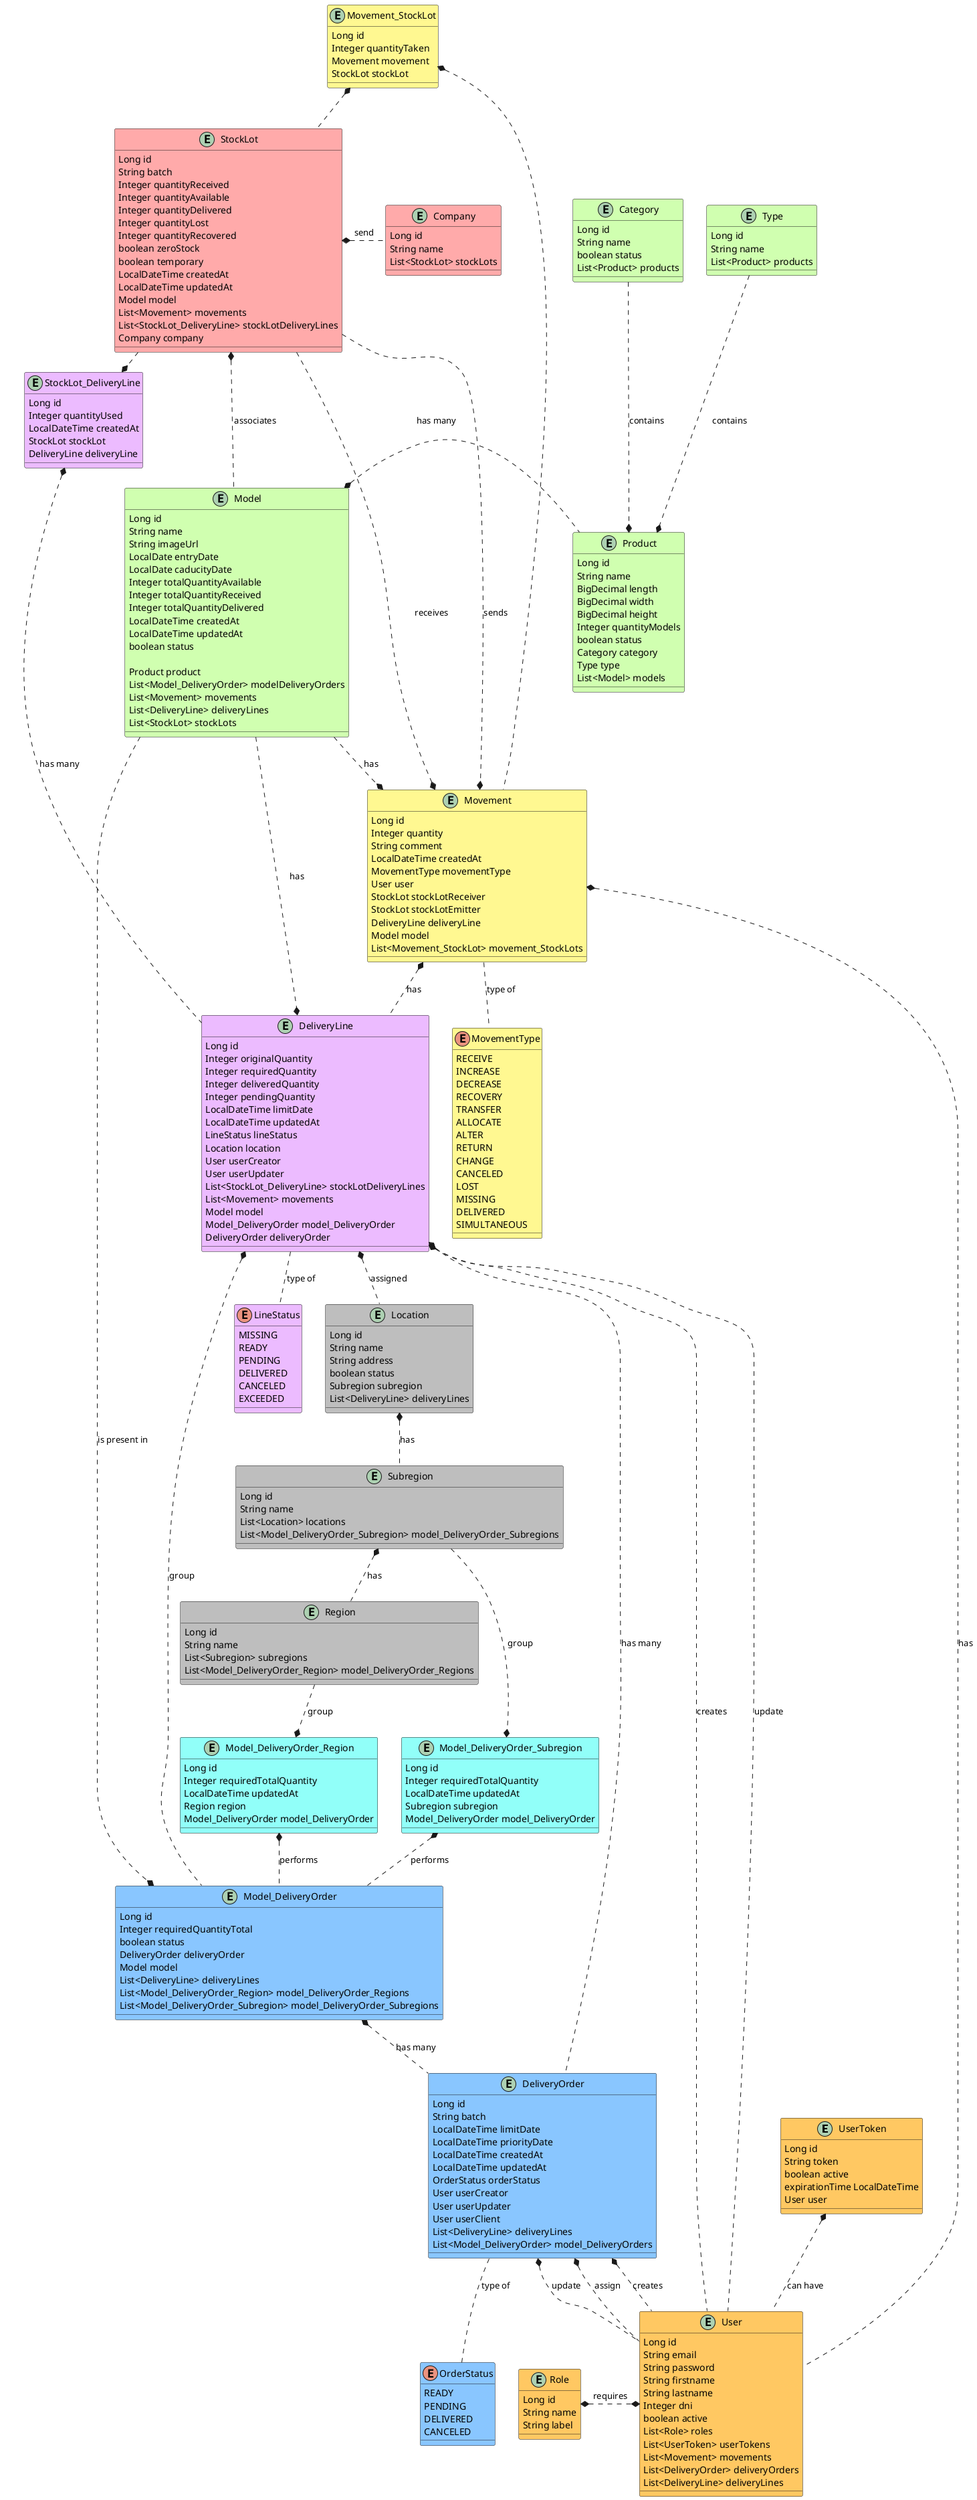
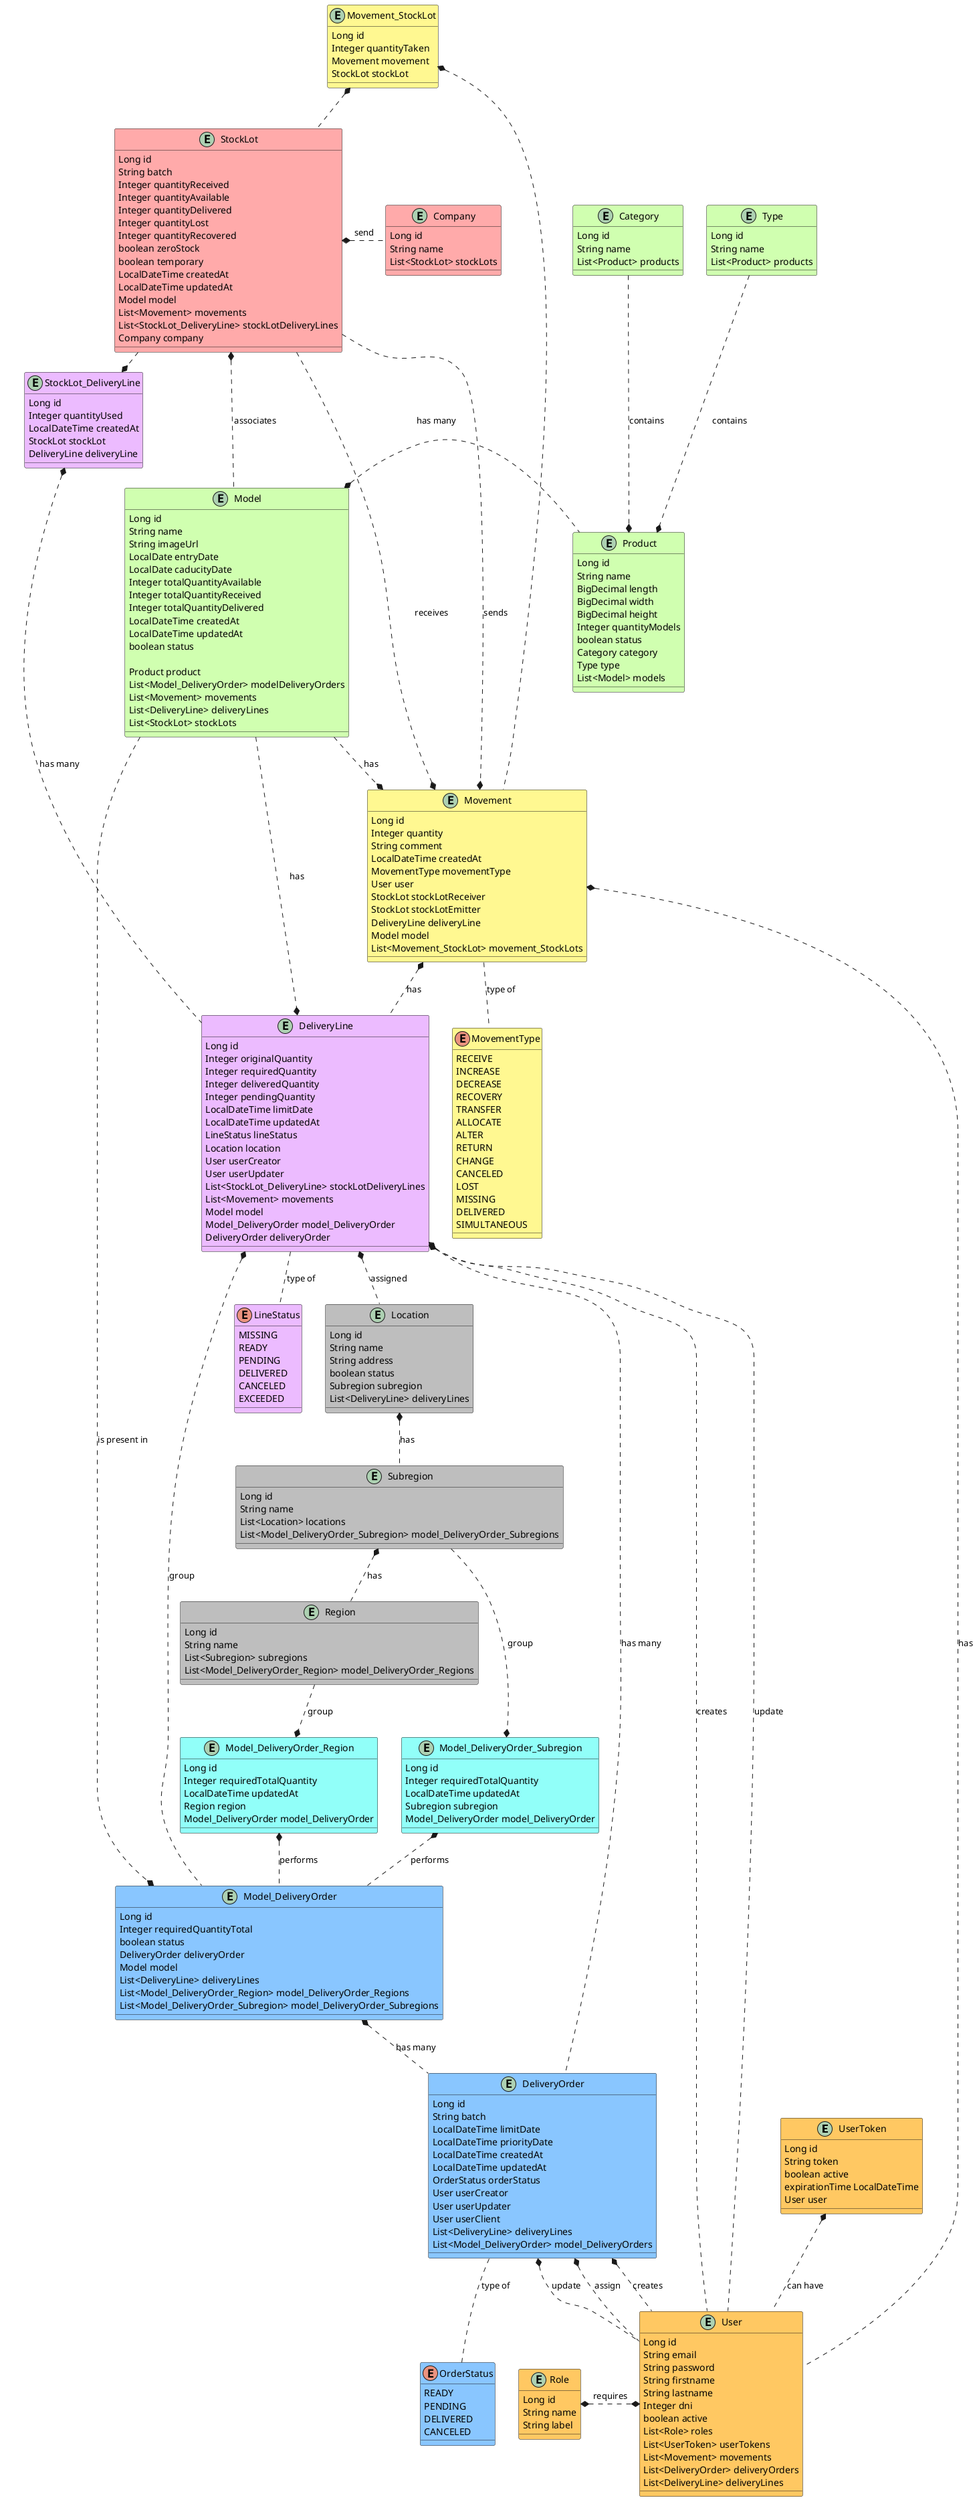
@startuml diagrama
entity UserToken #ffc862 {
    Long id
    String token
    boolean active
    expirationTime LocalDateTime
    User user
}

entity User #ffc862 {
    Long id
    String email
    String password
    String firstname
    String lastname
    Integer dni
    boolean active
    List<Role> roles
    List<UserToken> userTokens
    List<Movement> movements
    List<DeliveryOrder> deliveryOrders
    List<DeliveryLine> deliveryLines
}

entity Role #ffc862 {
    Long id
    String name
    String label
}

entity Company #ffaaaa {
    Long id
    String name
    List<StockLot> stockLots
}

entity StockLot #ffaaaa {
    Long id
    String batch
    Integer quantityReceived
    Integer quantityAvailable
    Integer quantityDelivered
    Integer quantityLost
    Integer quantityRecovered
    boolean zeroStock
    boolean temporary
    LocalDateTime createdAt
    LocalDateTime updatedAt
    Model model
    List<Movement> movements
    List<StockLot_DeliveryLine> stockLotDeliveryLines
    Company company
}

entity Model #d0ffb0{
    Long id
    String name
    String imageUrl
    LocalDate entryDate
    LocalDate caducityDate
    Integer totalQuantityAvailable
    Integer totalQuantityReceived
    Integer totalQuantityDelivered
    LocalDateTime createdAt
    LocalDateTime updatedAt
    boolean status

    Product product
    List<Model_DeliveryOrder> modelDeliveryOrders
    List<Movement> movements
    List<DeliveryLine> deliveryLines
    List<StockLot> stockLots
}

entity Product #d0ffb0 {
    Long id
    String name
    BigDecimal length
    BigDecimal width
    BigDecimal height
    Integer quantityModels
    boolean status
    Category category
    Type type
    List<Model> models
}

entity Type #d0ffb0 {
    Long id
    String name
    List<Product> products
}

entity Category #d0ffb0 {
    Long id
    String name
-     boolean status
    List<Product> products
}

entity Movement #fff891{
    Long id
    Integer quantity
    String comment
    LocalDateTime createdAt
    MovementType movementType
    User user
    StockLot stockLotReceiver
    StockLot stockLotEmitter
    DeliveryLine deliveryLine
    Model model
    List<Movement_StockLot> movement_StockLots
}

entity Movement_StockLot #fff891 {
    Long id
    Integer quantityTaken
    Movement movement
    StockLot stockLot
}

enum MovementType #fff891 {
    RECEIVE
    INCREASE
    DECREASE
    RECOVERY
    TRANSFER
    ALLOCATE
    ALTER
    RETURN
    CHANGE
    CANCELED
    LOST
    MISSING
    DELIVERED
    SIMULTANEOUS
}

entity DeliveryLine #ecbbff {
    Long id
    Integer originalQuantity
    Integer requiredQuantity
    Integer deliveredQuantity
    Integer pendingQuantity
    LocalDateTime limitDate
    LocalDateTime updatedAt
    LineStatus lineStatus
    Location location
    User userCreator
    User userUpdater
    List<StockLot_DeliveryLine> stockLotDeliveryLines
    List<Movement> movements
    Model model
    Model_DeliveryOrder model_DeliveryOrder
    DeliveryOrder deliveryOrder
}

entity StockLot_DeliveryLine #ecbbff{
    Long id
    Integer quantityUsed
    LocalDateTime createdAt
    StockLot stockLot
    DeliveryLine deliveryLine
}
enum LineStatus #ecbbff {
    MISSING
    READY
    PENDING
    DELIVERED
    CANCELED
    EXCEEDED
}

entity Location #bebebe{
    Long id
    String name
    String address
    boolean status
    Subregion subregion
    List<DeliveryLine> deliveryLines
}

entity Subregion #bebebe{
    Long id
    String name
    List<Location> locations
    List<Model_DeliveryOrder_Subregion> model_DeliveryOrder_Subregions
}

entity Region #bebebe{
    Long id
    String name
    List<Subregion> subregions
    List<Model_DeliveryOrder_Region> model_DeliveryOrder_Regions
}

entity Model_DeliveryOrder #89c6ff{
    Long id
    Integer requiredQuantityTotal
    boolean status
    DeliveryOrder deliveryOrder
    Model model
    List<DeliveryLine> deliveryLines
    List<Model_DeliveryOrder_Region> model_DeliveryOrder_Regions
    List<Model_DeliveryOrder_Subregion> model_DeliveryOrder_Subregions
}

entity DeliveryOrder #89c6ff{
    Long id
    String batch
    LocalDateTime limitDate
    LocalDateTime priorityDate
    LocalDateTime createdAt
    LocalDateTime updatedAt
    OrderStatus orderStatus
    User userCreator
    User userUpdater
    User userClient
    List<DeliveryLine> deliveryLines
    List<Model_DeliveryOrder> model_DeliveryOrders
}

enum OrderStatus #89c6ff {
    READY
    PENDING
    DELIVERED
    CANCELED
}

entity Model_DeliveryOrder_Region #91fff9{
    Long id
    Integer requiredTotalQuantity
    LocalDateTime updatedAt
    Region region
    Model_DeliveryOrder model_DeliveryOrder
}

entity Model_DeliveryOrder_Subregion #91fff9{
  Long id
  Integer requiredTotalQuantity
  LocalDateTime updatedAt
  Subregion subregion
  Model_DeliveryOrder model_DeliveryOrder
}

Role *.* User : requires
UserToken *.. User : can have
Movement *... User : has
DeliveryOrder *.. User : assign
DeliveryOrder *.. User : creates
DeliveryOrder *.. User : update
DeliveryLine *... User : creates
DeliveryLine *... User : update

StockLot *.. Model : associates
StockLot .* Movement : receives
StockLot .* Movement : sends
StockLot .* StockLot_DeliveryLine : is present in
StockLot *. Company : send

Movement_StockLot *.. StockLot
Movement_StockLot *.. Movement

Category ..* Product : contains
Type ..* Product : contains
Model *. Product : has many

Model ..* Model_DeliveryOrder : is present in
Model ..* Movement : has
Model ..* DeliveryLine : has

StockLot_DeliveryLine *.. DeliveryLine: has many

Movement .. MovementType : type of
Movement *.. DeliveryLine : has

DeliveryLine *.. Model_DeliveryOrder : group
DeliveryLine *.. DeliveryOrder : has many
DeliveryLine .. LineStatus : type of
DeliveryLine *.. Location : assigned

Location *.. Subregion : has
Subregion *.. Region : has

Region ..* Model_DeliveryOrder_Region : group
Model_DeliveryOrder_Region *.. Model_DeliveryOrder : performs

Subregion ...* Model_DeliveryOrder_Subregion : group

Model_DeliveryOrder_Subregion *.. Model_DeliveryOrder : performs

Model_DeliveryOrder *.. DeliveryOrder : has many
DeliveryOrder .. OrderStatus : type of

@enduml
